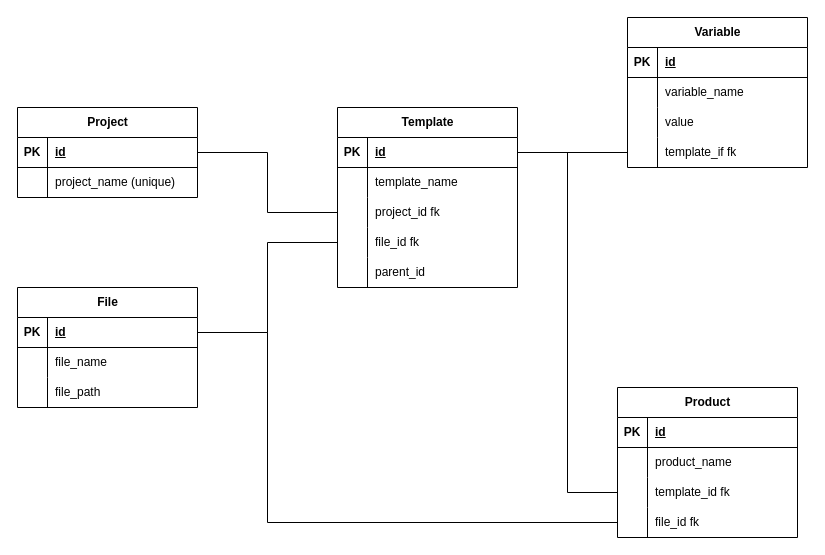
The draw.io diagram 通用文件生成.drawio in Darin1123/drawio, before the edit. Source tidied: cells renumbered, new cells numbered last; positions are measured from the earlier drawing's top-left corner, leaving out a move shared by most shapes. Both pictures are drawn from the tidied source at 100%, with x=0, y=0 at pixel (17, 17).
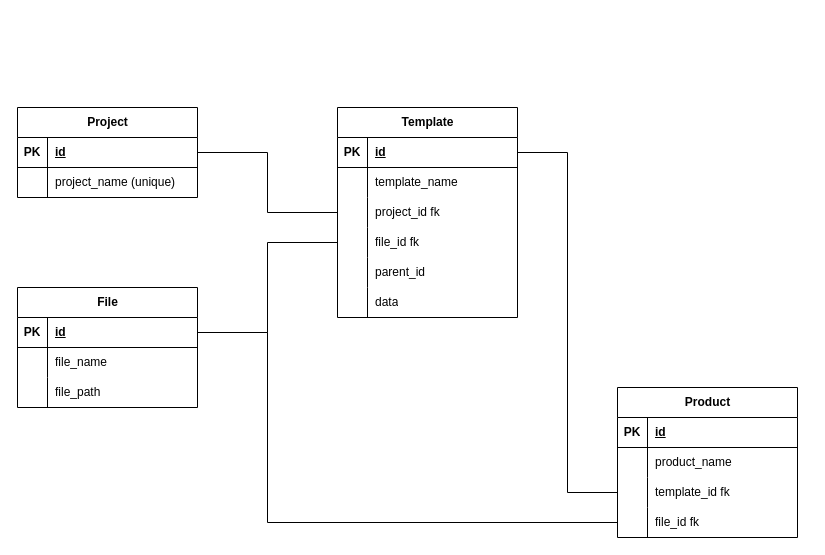
Above is the later version.

Commit message:
更新通用文件生成.drawio

The change refers to these unchanged cells:
```xml
<mxCell id="10" style="shape=tableRow;horizontal=0;startSize=0;swimlaneHead=0;swimlaneBody=0;fillColor=none;points=[[0,0.5],[1,0.5]];portConstraint=eastwest;top=0;left=0;right=0;bottom=1;" parent="9" vertex="1">
  <mxGeometry y="30" width="180" height="30" as="geometry" />
</mxCell>
```

What changed in the source:
```diff
@@
     <mxCell id="9" value="Template" style="shape=table;startSize=30;childLayout=tableLayout;rowLines=0;fontStyle=1;align=center;html=1;" parent="1" vertex="1">
-      <mxGeometry x="320" y="90" width="180" height="180" as="geometry" />
+      <mxGeometry x="320" y="90" width="180" height="210" as="geometry" />
     </mxCell>
@@
+    <mxCell id="66" style="shape=tableRow;horizontal=0;startSize=0;swimlaneHead=0;swimlaneBody=0;fillColor=none;top=0;left=0;right=0;bottom=0;" parent="9" vertex="1">
+      <mxGeometry y="180" width="180" height="30" as="geometry" />
+    </mxCell>
+    <mxCell id="67" style="shape=partialRectangle;fillColor=none;top=0;left=0;bottom=0;right=0;overflow=hidden;whiteSpace=wrap;html=1;" parent="66" vertex="1">
+      <mxGeometry width="30" height="30" as="geometry" />
+    </mxCell>
+    <mxCell id="68" value="data" style="shape=partialRectangle;fillColor=none;top=0;left=0;bottom=0;right=0;align=left;spacingLeft=6;overflow=hidden;whiteSpace=wrap;html=1;" parent="66" vertex="1">
+      <mxGeometry x="30" width="150" height="30" as="geometry" />
+    </mxCell>
@@
-    <mxCell id="37" value="Variable" style="shape=table;startSize=30;childLayout=tableLayout;rowLines=0;fontStyle=1;align=center;html=1;" parent="1" vertex="1">
-      <mxGeometry x="610" width="180" height="150" as="geometry" />
-    </mxCell>
-    <mxCell id="38" style="shape=tableRow;horizontal=0;startSize=0;swimlaneHead=0;swimlaneBody=0;fillColor=none;top=0;left=0;right=0;bottom=1;" parent="37" vertex="1">
-      <mxGeometry y="30" width="180" height="30" as="geometry" />
-    </mxCell>
-    <mxCell id="39" value="PK" style="shape=partialRectangle;fillColor=none;top=0;left=0;bottom=0;right=0;fontStyle=1;overflow=hidden;whiteSpace=wrap;html=1;" parent="38" vertex="1">
-      <mxGeometry width="30" height="30" as="geometry" />
-    </mxCell>
-    <mxCell id="40" value="id" style="shape=partialRectangle;fillColor=none;top=0;left=0;bottom=0;right=0;align=left;spacingLeft=6;fontStyle=5;overflow=hidden;whiteSpace=wrap;html=1;" parent="38" vertex="1">
-      <mxGeometry x="30" width="150" height="30" as="geometry" />
-    </mxCell>
-    <mxCell id="41" style="shape=tableRow;horizontal=0;startSize=0;swimlaneHead=0;swimlaneBody=0;fillColor=none;top=0;left=0;right=0;bottom=0;" parent="37" vertex="1">
-      <mxGeometry y="60" width="180" height="30" as="geometry" />
-    </mxCell>
-    <mxCell id="42" style="shape=partialRectangle;fillColor=none;top=0;left=0;bottom=0;right=0;overflow=hidden;whiteSpace=wrap;html=1;" parent="41" vertex="1">
-      <mxGeometry width="30" height="30" as="geometry" />
-    </mxCell>
-    <mxCell id="43" value="variable_name" style="shape=partialRectangle;fillColor=none;top=0;left=0;bottom=0;right=0;align=left;spacingLeft=6;overflow=hidden;whiteSpace=wrap;html=1;" parent="41" vertex="1">
-      <mxGeometry x="30" width="150" height="30" as="geometry" />
-    </mxCell>
-    <mxCell id="44" style="shape=tableRow;horizontal=0;startSize=0;swimlaneHead=0;swimlaneBody=0;fillColor=none;top=0;left=0;right=0;bottom=0;" parent="37" vertex="1">
-      <mxGeometry y="90" width="180" height="30" as="geometry" />
-    </mxCell>
-    <mxCell id="45" style="shape=partialRectangle;fillColor=none;top=0;left=0;bottom=0;right=0;overflow=hidden;whiteSpace=wrap;html=1;" parent="44" vertex="1">
-      <mxGeometry width="30" height="30" as="geometry" />
-    </mxCell>
-    <mxCell id="46" value="value" style="shape=partialRectangle;fillColor=none;top=0;left=0;bottom=0;right=0;align=left;spacingLeft=6;overflow=hidden;whiteSpace=wrap;html=1;" parent="44" vertex="1">
-      <mxGeometry x="30" width="150" height="30" as="geometry" />
-    </mxCell>
-    <mxCell id="47" style="shape=tableRow;horizontal=0;startSize=0;swimlaneHead=0;swimlaneBody=0;fillColor=none;points=[[0,0.5],[1,0.5]];portConstraint=eastwest;top=0;left=0;right=0;bottom=0;" parent="37" vertex="1">
-      <mxGeometry y="120" width="180" height="30" as="geometry" />
-    </mxCell>
-    <mxCell id="48" style="shape=partialRectangle;fillColor=none;top=0;left=0;bottom=0;right=0;overflow=hidden;whiteSpace=wrap;html=1;" parent="47" vertex="1">
-      <mxGeometry width="30" height="30" as="geometry" />
-    </mxCell>
-    <mxCell id="49" value="template_if fk" style="shape=partialRectangle;fillColor=none;top=0;left=0;bottom=0;right=0;align=left;spacingLeft=6;overflow=hidden;whiteSpace=wrap;html=1;" parent="47" vertex="1">
-      <mxGeometry x="30" width="150" height="30" as="geometry" />
-    </mxCell>
-    <mxCell id="50" style="endArrow=none;html=1;rounded=0;entryX=0;entryY=0.5;entryDx=0;entryDy=0;exitX=1;exitY=0.5;exitDx=0;exitDy=0;" parent="1" edge="1" source="10" target="47">
-      <mxGeometry relative="1" as="geometry" />
-    </mxCell>
```
